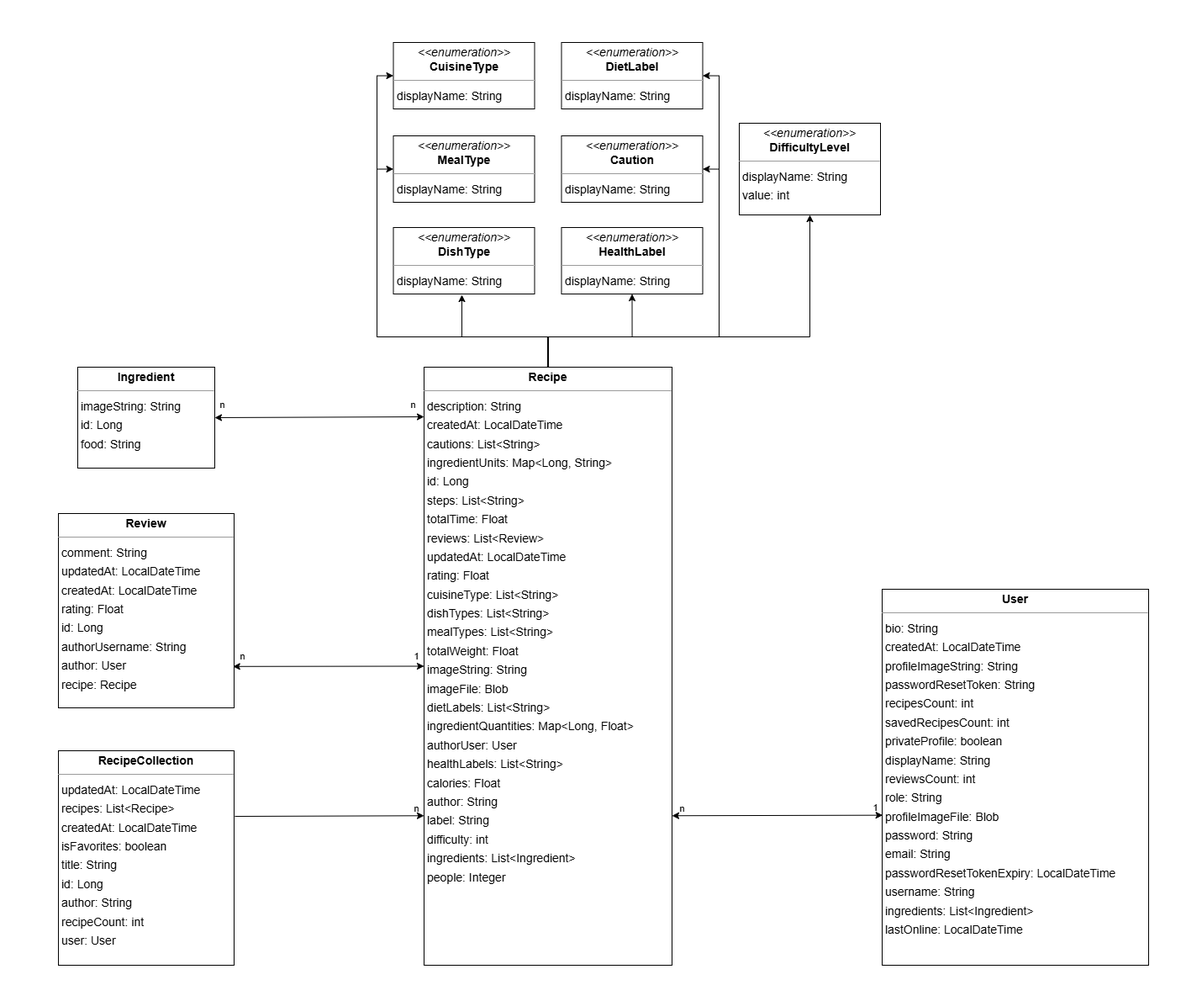
Earlier version of the draw.io export readme-resources/domain_model.png (codeurjc-students/2025-Rarecips). Source tidied: cells renumbered, new cells last; positions are measured from the earlier drawing's top-left corner, leaving out a move shared by most shapes. The source it was exported from:
```xml
<mxGraphModel>
  <root>
    <mxCell id="0" />
    <mxCell id="1" parent="0" />
    <mxCell id="2" value="&lt;p style=&quot;margin:0px;margin-top:4px;text-align:center;&quot;&gt;&lt;i&gt;&amp;lt;&amp;lt;enumeration&amp;gt;&amp;gt;&lt;/i&gt;&lt;br/&gt;&lt;b&gt;Caution&lt;/b&gt;&lt;/p&gt;&lt;hr size=&quot;1&quot;/&gt;&lt;p style=&quot;margin:0 0 0 4px;line-height:1.6;&quot;&gt; displayName: String&lt;/p&gt;" style="verticalAlign=top;align=left;overflow=fill;fontSize=14;fontFamily=Helvetica;html=1;rounded=0;shadow=0;comic=0;labelBackgroundColor=none;strokeWidth=1;" parent="1" vertex="1">
      <mxGeometry x="668.5" y="161" width="168" height="79" as="geometry" />
    </mxCell>
    <mxCell id="3" value="&lt;p style=&quot;margin:0px;margin-top:4px;text-align:center;&quot;&gt;&lt;i&gt;&amp;lt;&amp;lt;enumeration&amp;gt;&amp;gt;&lt;/i&gt;&lt;br/&gt;&lt;b&gt;CuisineType&lt;/b&gt;&lt;/p&gt;&lt;hr size=&quot;1&quot;/&gt;&lt;p style=&quot;margin:0 0 0 4px;line-height:1.6;&quot;&gt; displayName: String&lt;/p&gt;" style="verticalAlign=top;align=left;overflow=fill;fontSize=14;fontFamily=Helvetica;html=1;rounded=0;shadow=0;comic=0;labelBackgroundColor=none;strokeWidth=1;" parent="1" vertex="1">
      <mxGeometry x="468.5" y="50" width="168" height="79" as="geometry" />
    </mxCell>
    <mxCell id="4" value="&lt;p style=&quot;margin:0px;margin-top:4px;text-align:center;&quot;&gt;&lt;i&gt;&amp;lt;&amp;lt;enumeration&amp;gt;&amp;gt;&lt;/i&gt;&lt;br/&gt;&lt;b&gt;DietLabel&lt;/b&gt;&lt;/p&gt;&lt;hr size=&quot;1&quot;/&gt;&lt;p style=&quot;margin:0 0 0 4px;line-height:1.6;&quot;&gt; displayName: String&lt;/p&gt;" style="verticalAlign=top;align=left;overflow=fill;fontSize=14;fontFamily=Helvetica;html=1;rounded=0;shadow=0;comic=0;labelBackgroundColor=none;strokeWidth=1;" parent="1" vertex="1">
      <mxGeometry x="668.5" y="50" width="168" height="79" as="geometry" />
    </mxCell>
    <mxCell id="5" value="&lt;p style=&quot;margin:0px;margin-top:4px;text-align:center;&quot;&gt;&lt;i&gt;&amp;lt;&amp;lt;enumeration&amp;gt;&amp;gt;&lt;/i&gt;&lt;br/&gt;&lt;b&gt;DifficultyLevel&lt;/b&gt;&lt;/p&gt;&lt;hr size=&quot;1&quot;/&gt;&lt;p style=&quot;margin:0 0 0 4px;line-height:1.6;&quot;&gt; displayName: String&lt;br/&gt; value: int&lt;/p&gt;" style="verticalAlign=top;align=left;overflow=fill;fontSize=14;fontFamily=Helvetica;html=1;rounded=0;shadow=0;comic=0;labelBackgroundColor=none;strokeWidth=1;" parent="1" vertex="1">
      <mxGeometry x="880" y="146" width="168" height="109" as="geometry" />
    </mxCell>
    <mxCell id="6" value="&lt;p style=&quot;margin:0px;margin-top:4px;text-align:center;&quot;&gt;&lt;i&gt;&amp;lt;&amp;lt;enumeration&amp;gt;&amp;gt;&lt;/i&gt;&lt;br/&gt;&lt;b&gt;DishType&lt;/b&gt;&lt;/p&gt;&lt;hr size=&quot;1&quot;/&gt;&lt;p style=&quot;margin:0 0 0 4px;line-height:1.6;&quot;&gt; displayName: String&lt;/p&gt;" style="verticalAlign=top;align=left;overflow=fill;fontSize=14;fontFamily=Helvetica;html=1;rounded=0;shadow=0;comic=0;labelBackgroundColor=none;strokeWidth=1;" parent="1" vertex="1">
      <mxGeometry x="468.5" y="270" width="168" height="79" as="geometry" />
    </mxCell>
    <mxCell id="7" value="&lt;p style=&quot;margin:0px;margin-top:4px;text-align:center;&quot;&gt;&lt;i&gt;&amp;lt;&amp;lt;enumeration&amp;gt;&amp;gt;&lt;/i&gt;&lt;br/&gt;&lt;b&gt;HealthLabel&lt;/b&gt;&lt;/p&gt;&lt;hr size=&quot;1&quot;/&gt;&lt;p style=&quot;margin:0 0 0 4px;line-height:1.6;&quot;&gt; displayName: String&lt;/p&gt;" style="verticalAlign=top;align=left;overflow=fill;fontSize=14;fontFamily=Helvetica;html=1;rounded=0;shadow=0;comic=0;labelBackgroundColor=none;strokeWidth=1;" parent="1" vertex="1">
      <mxGeometry x="668.5" y="270" width="168" height="79" as="geometry" />
    </mxCell>
    <mxCell id="8" value="&lt;p style=&quot;margin:0px;margin-top:4px;text-align:center;&quot;&gt;&lt;b&gt;Ingredient&lt;/b&gt;&lt;/p&gt;&lt;hr size=&quot;1&quot;/&gt;&lt;p style=&quot;margin:0 0 0 4px;line-height:1.6;&quot;&gt; imageString: String&lt;br/&gt; id: Long&lt;br/&gt; food: String&lt;/p&gt;" style="verticalAlign=top;align=left;overflow=fill;fontSize=14;fontFamily=Helvetica;html=1;rounded=0;shadow=0;comic=0;labelBackgroundColor=none;strokeWidth=1;" parent="1" vertex="1">
      <mxGeometry x="93" y="436" width="163" height="120" as="geometry" />
    </mxCell>
    <mxCell id="9" value="&lt;p style=&quot;margin:0px;margin-top:4px;text-align:center;&quot;&gt;&lt;i&gt;&amp;lt;&amp;lt;enumeration&amp;gt;&amp;gt;&lt;/i&gt;&lt;br/&gt;&lt;b&gt;MealType&lt;/b&gt;&lt;/p&gt;&lt;hr size=&quot;1&quot;/&gt;&lt;p style=&quot;margin:0 0 0 4px;line-height:1.6;&quot;&gt; displayName: String&lt;/p&gt;" style="verticalAlign=top;align=left;overflow=fill;fontSize=14;fontFamily=Helvetica;html=1;rounded=0;shadow=0;comic=0;labelBackgroundColor=none;strokeWidth=1;" parent="1" vertex="1">
      <mxGeometry x="468.5" y="161" width="168" height="79" as="geometry" />
    </mxCell>
    <mxCell id="10" style="edgeStyle=orthogonalEdgeStyle;rounded=0;jettySize=auto;html=1;" parent="1" edge="1" source="17">
      <mxGeometry relative="1" as="geometry">
        <mxPoint x="550" y="350" as="targetPoint" />
        <Array as="points">
          <mxPoint x="653" y="400" />
          <mxPoint x="550" y="400" />
        </Array>
      </mxGeometry>
    </mxCell>
    <mxCell id="11" style="edgeStyle=orthogonalEdgeStyle;rounded=0;jettySize=auto;html=1;entryX=0.5;entryY=1;entryDx=0;entryDy=0;" parent="1" edge="1" source="17" target="7">
      <mxGeometry relative="1" as="geometry">
        <Array as="points">
          <mxPoint x="653" y="400" />
          <mxPoint x="753" y="400" />
        </Array>
      </mxGeometry>
    </mxCell>
    <mxCell id="12" style="edgeStyle=orthogonalEdgeStyle;rounded=0;jettySize=auto;html=1;entryX=0;entryY=0.5;entryDx=0;entryDy=0;" parent="1" edge="1" source="17" target="9">
      <mxGeometry relative="1" as="geometry">
        <Array as="points">
          <mxPoint x="653" y="400" />
          <mxPoint x="449" y="400" />
          <mxPoint x="449" y="201" />
        </Array>
      </mxGeometry>
    </mxCell>
    <mxCell id="13" style="edgeStyle=orthogonalEdgeStyle;rounded=0;jettySize=auto;html=1;entryX=0;entryY=0.5;entryDx=0;entryDy=0;" parent="1" edge="1" source="17" target="3">
      <mxGeometry relative="1" as="geometry">
        <Array as="points">
          <mxPoint x="653" y="400" />
          <mxPoint x="449" y="400" />
          <mxPoint x="449" y="90" />
        </Array>
      </mxGeometry>
    </mxCell>
    <mxCell id="14" style="edgeStyle=orthogonalEdgeStyle;rounded=0;jettySize=auto;html=1;entryX=1;entryY=0.5;entryDx=0;entryDy=0;" parent="1" edge="1" source="17" target="2">
      <mxGeometry relative="1" as="geometry">
        <Array as="points">
          <mxPoint x="653" y="400" />
          <mxPoint x="856" y="400" />
          <mxPoint x="856" y="201" />
        </Array>
      </mxGeometry>
    </mxCell>
    <mxCell id="15" style="edgeStyle=orthogonalEdgeStyle;rounded=0;jettySize=auto;html=1;entryX=1;entryY=0.5;entryDx=0;entryDy=0;" parent="1" edge="1" source="17" target="4">
      <mxGeometry relative="1" as="geometry">
        <Array as="points">
          <mxPoint x="653" y="400" />
          <mxPoint x="856" y="400" />
          <mxPoint x="856" y="90" />
        </Array>
      </mxGeometry>
    </mxCell>
    <mxCell id="16" style="edgeStyle=orthogonalEdgeStyle;rounded=0;jettySize=auto;html=1;entryX=0.5;entryY=1;entryDx=0;entryDy=0;exitX=0.5;exitY=0;exitDx=0;exitDy=0;" parent="1" edge="1" source="17" target="5">
      <mxGeometry relative="1" as="geometry">
        <Array as="points">
          <mxPoint x="653" y="400" />
          <mxPoint x="964" y="400" />
        </Array>
      </mxGeometry>
    </mxCell>
    <mxCell id="17" value="&lt;p style=&quot;margin:0px;margin-top:4px;text-align:center;&quot;&gt;&lt;b&gt;Recipe&lt;/b&gt;&lt;/p&gt;&lt;hr size=&quot;1&quot;/&gt;&lt;p style=&quot;margin:0 0 0 4px;line-height:1.6;&quot;&gt; description: String&lt;br/&gt; createdAt: LocalDateTime&lt;br/&gt; cautions: List&amp;lt;String&amp;gt;&lt;br/&gt; ingredientUnits: Map&amp;lt;Long, String&amp;gt;&lt;br/&gt; id: Long&lt;br/&gt; steps: List&amp;lt;String&amp;gt;&lt;br/&gt; totalTime: Float&lt;br/&gt; reviews: List&amp;lt;Review&amp;gt;&lt;br/&gt; updatedAt: LocalDateTime&lt;br/&gt; rating: Float&lt;br/&gt; cuisineType: List&amp;lt;String&amp;gt;&lt;br/&gt; dishTypes: List&amp;lt;String&amp;gt;&lt;br/&gt; mealTypes: List&amp;lt;String&amp;gt;&lt;br/&gt; totalWeight: Float&lt;br/&gt; imageString: String&lt;br/&gt; imageFile: Blob&lt;br/&gt; dietLabels: List&amp;lt;String&amp;gt;&lt;br/&gt; ingredientQuantities: Map&amp;lt;Long, Float&amp;gt;&lt;br/&gt; authorUser: User&lt;br/&gt; healthLabels: List&amp;lt;String&amp;gt;&lt;br/&gt; calories: Float&lt;br/&gt; author: String&lt;br/&gt; label: String&lt;br/&gt; difficulty: int&lt;br/&gt; ingredients: List&amp;lt;Ingredient&amp;gt;&lt;br/&gt; people: Integer&lt;/p&gt;" style="verticalAlign=top;align=left;overflow=fill;fontSize=14;fontFamily=Helvetica;html=1;rounded=0;shadow=0;comic=0;labelBackgroundColor=none;strokeWidth=1;" parent="1" vertex="1">
      <mxGeometry x="505" y="436" width="295" height="711" as="geometry" />
    </mxCell>
    <mxCell id="18" value="&lt;p style=&quot;margin:0px;margin-top:4px;text-align:center;&quot;&gt;&lt;b&gt;RecipeCollection&lt;/b&gt;&lt;/p&gt;&lt;hr size=&quot;1&quot;/&gt;&lt;p style=&quot;margin:0 0 0 4px;line-height:1.6;&quot;&gt; updatedAt: LocalDateTime&lt;br/&gt; recipes: List&amp;lt;Recipe&amp;gt;&lt;br/&gt; createdAt: LocalDateTime&lt;br/&gt; isFavorites: boolean&lt;br/&gt; title: String&lt;br/&gt; id: Long&lt;br/&gt; author: String&lt;br/&gt; recipeCount: int&lt;br/&gt; user: User&lt;/p&gt;" style="verticalAlign=top;align=left;overflow=fill;fontSize=14;fontFamily=Helvetica;html=1;rounded=0;shadow=0;comic=0;labelBackgroundColor=none;strokeWidth=1;" parent="1" vertex="1">
      <mxGeometry x="70" y="892" width="209" height="255" as="geometry" />
    </mxCell>
    <mxCell id="19" value="&lt;p style=&quot;margin:0px;margin-top:4px;text-align:center;&quot;&gt;&lt;b&gt;Review&lt;/b&gt;&lt;/p&gt;&lt;hr size=&quot;1&quot;/&gt;&lt;p style=&quot;margin:0 0 0 4px;line-height:1.6;&quot;&gt; comment: String&lt;br/&gt; updatedAt: LocalDateTime&lt;br/&gt; createdAt: LocalDateTime&lt;br/&gt; rating: Float&lt;br/&gt; id: Long&lt;br/&gt; authorUsername: String&lt;br/&gt; author: User&lt;br/&gt; recipe: Recipe&lt;/p&gt;" style="verticalAlign=top;align=left;overflow=fill;fontSize=14;fontFamily=Helvetica;html=1;rounded=0;shadow=0;comic=0;labelBackgroundColor=none;strokeWidth=1;" parent="1" vertex="1">
      <mxGeometry x="70" y="610" width="209" height="231" as="geometry" />
    </mxCell>
    <mxCell id="20" value="&lt;p style=&quot;margin:0px;margin-top:4px;text-align:center;&quot;&gt;&lt;b&gt;User&lt;/b&gt;&lt;/p&gt;&lt;hr size=&quot;1&quot;/&gt;&lt;p style=&quot;margin:0 0 0 4px;line-height:1.6;&quot;&gt; bio: String&lt;br/&gt; createdAt: LocalDateTime&lt;br/&gt; profileImageString: String&lt;br/&gt; passwordResetToken: String&lt;br/&gt; recipesCount: int&lt;br/&gt; savedRecipesCount: int&lt;br/&gt; privateProfile: boolean&lt;br/&gt; displayName: String&lt;br/&gt; reviewsCount: int&lt;br/&gt; role: String&lt;br/&gt; profileImageFile: Blob&lt;br/&gt; password: String&lt;br/&gt; email: String&lt;br/&gt; passwordResetTokenExpiry: LocalDateTime&lt;br/&gt; username: String&lt;br/&gt; ingredients: List&amp;lt;Ingredient&amp;gt;&lt;br/&gt; lastOnline: LocalDateTime&lt;/p&gt;" style="verticalAlign=top;align=left;overflow=fill;fontSize=14;fontFamily=Helvetica;html=1;rounded=0;shadow=0;comic=0;labelBackgroundColor=none;strokeWidth=1;" parent="1" vertex="1">
      <mxGeometry x="1050" y="700" width="317" height="447" as="geometry" />
    </mxCell>
    <mxCell id="21" style="endArrow=classic;startArrow=classic;html=1;rounded=0;exitX=1;exitY=0.75;exitDx=0;exitDy=0;entryX=0.002;entryY=0.601;entryDx=0;entryDy=0;entryPerimeter=0;" parent="1" edge="1" source="17" target="20">
      <mxGeometry relative="1" as="geometry" />
    </mxCell>
    <mxCell id="22" value="n" style="edgeLabel;html=1;align=center;verticalAlign=middle;labelBackgroundColor=none;" parent="21" vertex="1">
      <mxGeometry x="-0.91" relative="1" as="geometry">
        <mxPoint y="-9" as="offset" />
      </mxGeometry>
    </mxCell>
    <mxCell id="23" value="1" style="edgeLabel;html=1;align=center;verticalAlign=middle;labelBackgroundColor=none;" parent="21" vertex="1">
      <mxGeometry x="0.92" y="-1" relative="1" as="geometry">
        <mxPoint y="-10" as="offset" />
      </mxGeometry>
    </mxCell>
    <mxCell id="24" style="endArrow=classic;startArrow=none;html=1;rounded=0;entryX=0;entryY=0.75;entryDx=0;entryDy=0;startFill=0;" parent="1" edge="1" target="17">
      <mxGeometry relative="1" as="geometry">
        <mxPoint x="280" y="970" as="sourcePoint" />
      </mxGeometry>
    </mxCell>
    <mxCell id="25" value="n" style="edgeLabel;html=1;align=center;verticalAlign=middle;labelBackgroundColor=none;" parent="24" vertex="1">
      <mxGeometry x="0.92" y="2" relative="1" as="geometry">
        <mxPoint y="-7" as="offset" />
      </mxGeometry>
    </mxCell>
    <mxCell id="26" style="endArrow=classic;startArrow=classic;html=1;rounded=0;exitX=0.994;exitY=0.787;exitDx=0;exitDy=0;entryX=0;entryY=0.5;entryDx=0;entryDy=0;exitPerimeter=0;" parent="1" edge="1" source="19" target="17">
      <mxGeometry relative="1" as="geometry" />
    </mxCell>
    <mxCell id="27" value="n" style="edgeLabel;html=1;align=center;verticalAlign=middle;labelBackgroundColor=none;" parent="26" vertex="1">
      <mxGeometry x="-0.9" y="-1" relative="1" as="geometry">
        <mxPoint y="-13" as="offset" />
      </mxGeometry>
    </mxCell>
    <mxCell id="28" value="1" style="edgeLabel;html=1;align=center;verticalAlign=middle;labelBackgroundColor=none;" parent="26" vertex="1">
      <mxGeometry x="0.92" y="-2" relative="1" as="geometry">
        <mxPoint y="-14" as="offset" />
      </mxGeometry>
    </mxCell>
    <mxCell id="29" style="endArrow=classic;startArrow=classic;html=1;rounded=0;exitX=1;exitY=0.5;exitDx=0;exitDy=0;entryX=0;entryY=0.083;entryDx=0;entryDy=0;entryPerimeter=0;" parent="1" edge="1" source="8" target="17">
      <mxGeometry relative="1" as="geometry" />
    </mxCell>
    <mxCell id="30" value="n" style="edgeLabel;html=1;align=center;verticalAlign=middle;labelBackgroundColor=none;" parent="29" vertex="1">
      <mxGeometry x="-0.93" relative="1" as="geometry">
        <mxPoint y="-16" as="offset" />
      </mxGeometry>
    </mxCell>
    <mxCell id="31" value="n" style="edgeLabel;html=1;align=center;verticalAlign=middle;labelBackgroundColor=none;" parent="29" vertex="1">
      <mxGeometry x="0.89" y="-1" relative="1" as="geometry">
        <mxPoint y="-16" as="offset" />
      </mxGeometry>
    </mxCell>
    <mxCell id="32" style="rounded=0;whiteSpace=wrap;html=1;fillColor=none;strokeColor=none;" parent="1" vertex="1">
      <mxGeometry y="740" width="50" height="60" as="geometry" />
    </mxCell>
    <mxCell id="33" style="rounded=0;whiteSpace=wrap;html=1;fillColor=none;strokeColor=none;" parent="1" vertex="1">
      <mxGeometry x="1380" y="570" width="50" height="60" as="geometry" />
    </mxCell>
    <mxCell id="34" style="rounded=0;whiteSpace=wrap;html=1;fillColor=none;strokeColor=none;" parent="1" vertex="1">
      <mxGeometry x="627.5" width="50" height="30" as="geometry" />
    </mxCell>
    <mxCell id="35" style="rounded=0;whiteSpace=wrap;html=1;fillColor=none;strokeColor=none;" parent="1" vertex="1">
      <mxGeometry x="650" y="1160" width="50" height="30" as="geometry" />
    </mxCell>
  </root>
</mxGraphModel>
```
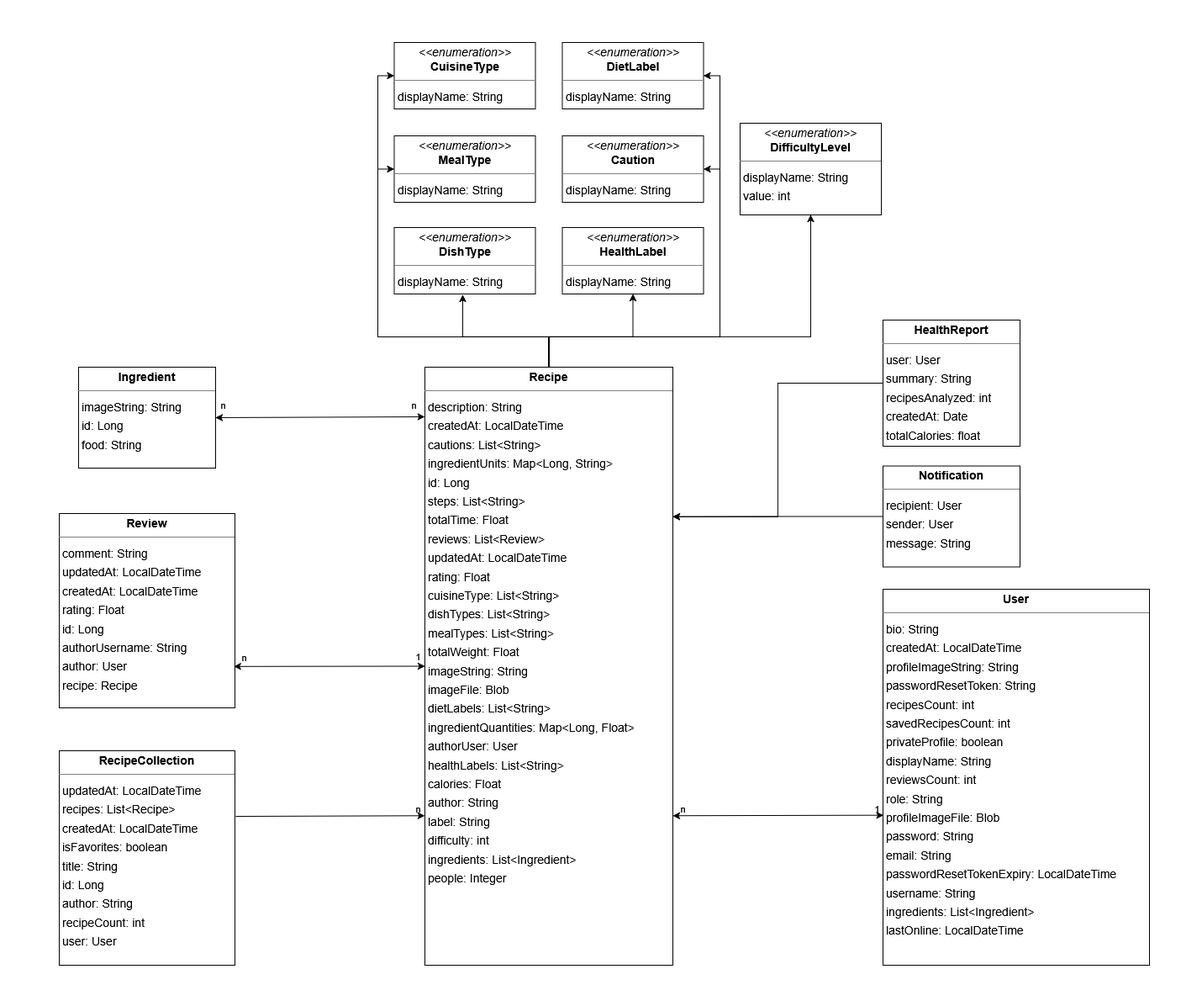
The same file after the commit.

Change to the diagram source:
```diff
@@ -160,5 +160,17 @@
     <mxCell id="35" style="rounded=0;whiteSpace=wrap;html=1;fillColor=none;strokeColor=none;" parent="1" vertex="1">
       <mxGeometry x="650" y="1160" width="50" height="30" as="geometry" />
     </mxCell>
+    <mxCell id="36" style="edgeStyle=orthogonalEdgeStyle;rounded=0;jettySize=auto;html=1;entryX=1;entryY=0.25;entryDx=0;entryDy=0;" parent="1" edge="1" source="37" target="17">
+      <mxGeometry relative="1" as="geometry" />
+    </mxCell>
+    <mxCell id="37" value="&lt;p style=&quot;margin:0px;margin-top:4px;text-align:center;&quot;&gt;&lt;b&gt;Notification&lt;/b&gt;&lt;/p&gt;&lt;hr size=&quot;1&quot;&gt;&lt;p style=&quot;margin:0 0 0 4px;line-height:1.6;&quot;&gt;recipient: User&lt;br&gt;sender: User&lt;br&gt;message: String&lt;/p&gt;" style="verticalAlign=top;align=left;overflow=fill;fontSize=14;fontFamily=Helvetica;html=1;rounded=0;shadow=0;comic=0;labelBackgroundColor=none;strokeWidth=1;" parent="1" vertex="1">
+      <mxGeometry x="1050" y="553.5" width="163" height="120" as="geometry" />
+    </mxCell>
+    <mxCell id="38" style="edgeStyle=orthogonalEdgeStyle;rounded=0;jettySize=auto;html=1;entryX=1;entryY=0.25;entryDx=0;entryDy=0;" parent="1" edge="1" source="39" target="17">
+      <mxGeometry relative="1" as="geometry" />
+    </mxCell>
+    <mxCell id="39" value="&lt;p style=&quot;margin:0px;margin-top:4px;text-align:center;&quot;&gt;&lt;b&gt;HealthReport&lt;/b&gt;&lt;/p&gt;&lt;hr size=&quot;1&quot;&gt;&lt;p style=&quot;margin:0 0 0 4px;line-height:1.6;&quot;&gt;user: User&lt;br&gt;summary: String&lt;br&gt;recipesAnalyzed: int&lt;/p&gt;&lt;p style=&quot;margin:0 0 0 4px;line-height:1.6;&quot;&gt;createdAt: Date&lt;/p&gt;&lt;p style=&quot;margin:0 0 0 4px;line-height:1.6;&quot;&gt;totalCalories: float&lt;/p&gt;&lt;p style=&quot;margin:0 0 0 4px;line-height:1.6;&quot;&gt;&lt;br&gt;&lt;/p&gt;" style="verticalAlign=top;align=left;overflow=fill;fontSize=14;fontFamily=Helvetica;html=1;rounded=0;shadow=0;comic=0;labelBackgroundColor=none;strokeWidth=1;" parent="1" vertex="1">
+      <mxGeometry x="1050" y="380" width="163" height="150" as="geometry" />
+    </mxCell>
   </root>
 </mxGraphModel>
```
